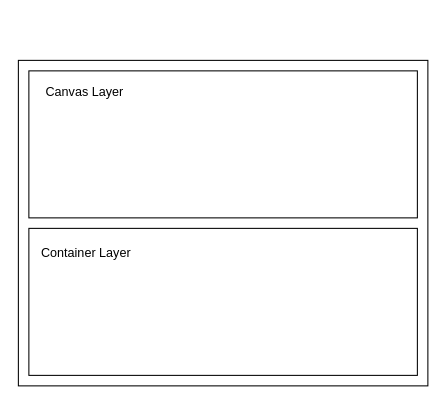
The draw.io diagram docs/diagram/omega.drawio in LinkXSystem/omega, before the edit. Source tidied: cells renumbered, new cells numbered last; positions are measured from the earlier drawing's top-left corner, leaving out a move shared by most shapes. Both pictures are drawn from the tidied source at 105%, with x=0, y=0 at pixel (18, 60).
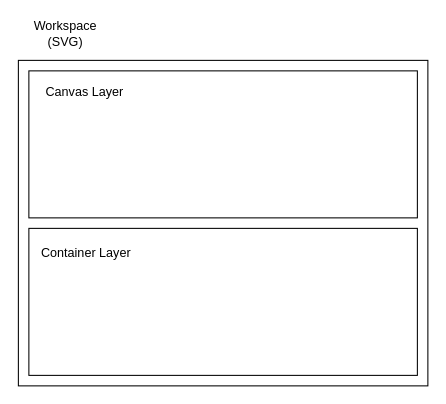
The same page after the edit.

What changed in the source:
```diff
@@
 <mxGraphModel>
   <root>
     <mxCell id="0" />
     <mxCell id="1" parent="0" />
     <mxCell id="2" style="rounded=0;whiteSpace=wrap;html=1;" parent="1" vertex="1">
       <mxGeometry width="390" height="310" as="geometry" />
     </mxCell>
     <mxCell id="3" style="rounded=0;whiteSpace=wrap;html=1;" parent="1" vertex="1">
       <mxGeometry x="10" y="10" width="370" height="140" as="geometry" />
     </mxCell>
     <mxCell id="4" style="rounded=0;whiteSpace=wrap;html=1;" parent="1" vertex="1">
       <mxGeometry x="10" y="160" width="370" height="140" as="geometry" />
     </mxCell>
     <mxCell id="5" value="Canvas Layer&amp;nbsp;" style="text;html=1;strokeColor=none;fillColor=none;align=center;verticalAlign=middle;whiteSpace=wrap;rounded=0;" parent="1" vertex="1">
       <mxGeometry x="20" y="20" width="90" height="20" as="geometry" />
     </mxCell>
     <mxCell id="6" value="Container Layer" style="text;html=1;" parent="1" vertex="1">
       <mxGeometry x="20" y="170" width="100" height="30" as="geometry" />
     </mxCell>
+    <mxCell id="7" value="Workspace (SVG)" style="text;html=1;strokeColor=none;fillColor=none;align=center;verticalAlign=middle;whiteSpace=wrap;rounded=0;" parent="1" vertex="1">
+      <mxGeometry y="-40" width="90" height="30" as="geometry" />
+    </mxCell>
   </root>
 </mxGraphModel>
```
